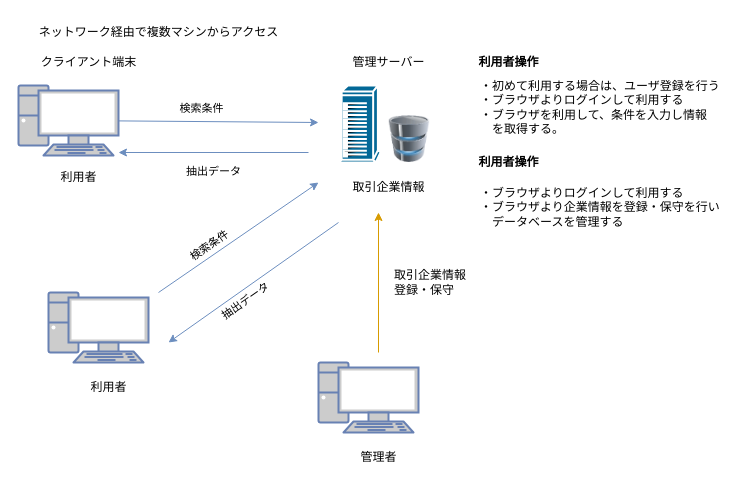
Before: sample.drawio in github-use-a/markdown_issue_prac, a draw.io diagram. Source tidied: cells renumbered, new cells numbered last; positions are measured from the earlier drawing's top-left corner, leaving out a move shared by most shapes. Both pictures are drawn from the tidied source at 100%, with x=0, y=0 at pixel (18, 17).
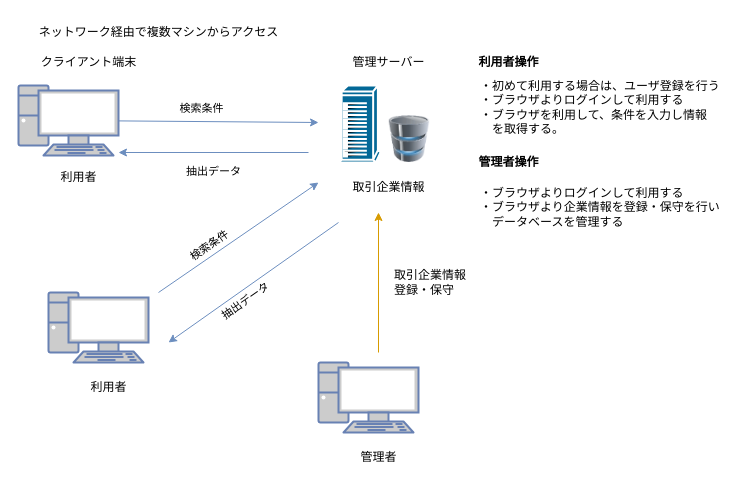
The same diagram, later.

Diff of the diagram source:
```diff
@@
-    <mxCell id="27" value="&lt;b&gt;利用者操作&lt;/b&gt;" style="text;html=1;align=center;verticalAlign=middle;strokeColor=none;fillColor=none;" parent="1" vertex="1">
+    <mxCell id="27" value="&lt;b&gt;管理者操作&lt;/b&gt;" style="text;html=1;align=center;verticalAlign=middle;strokeColor=none;fillColor=none;" parent="1" vertex="1">
       <mxGeometry x="450" y="130" width="80" height="30" as="geometry" />
     </mxCell>
```
